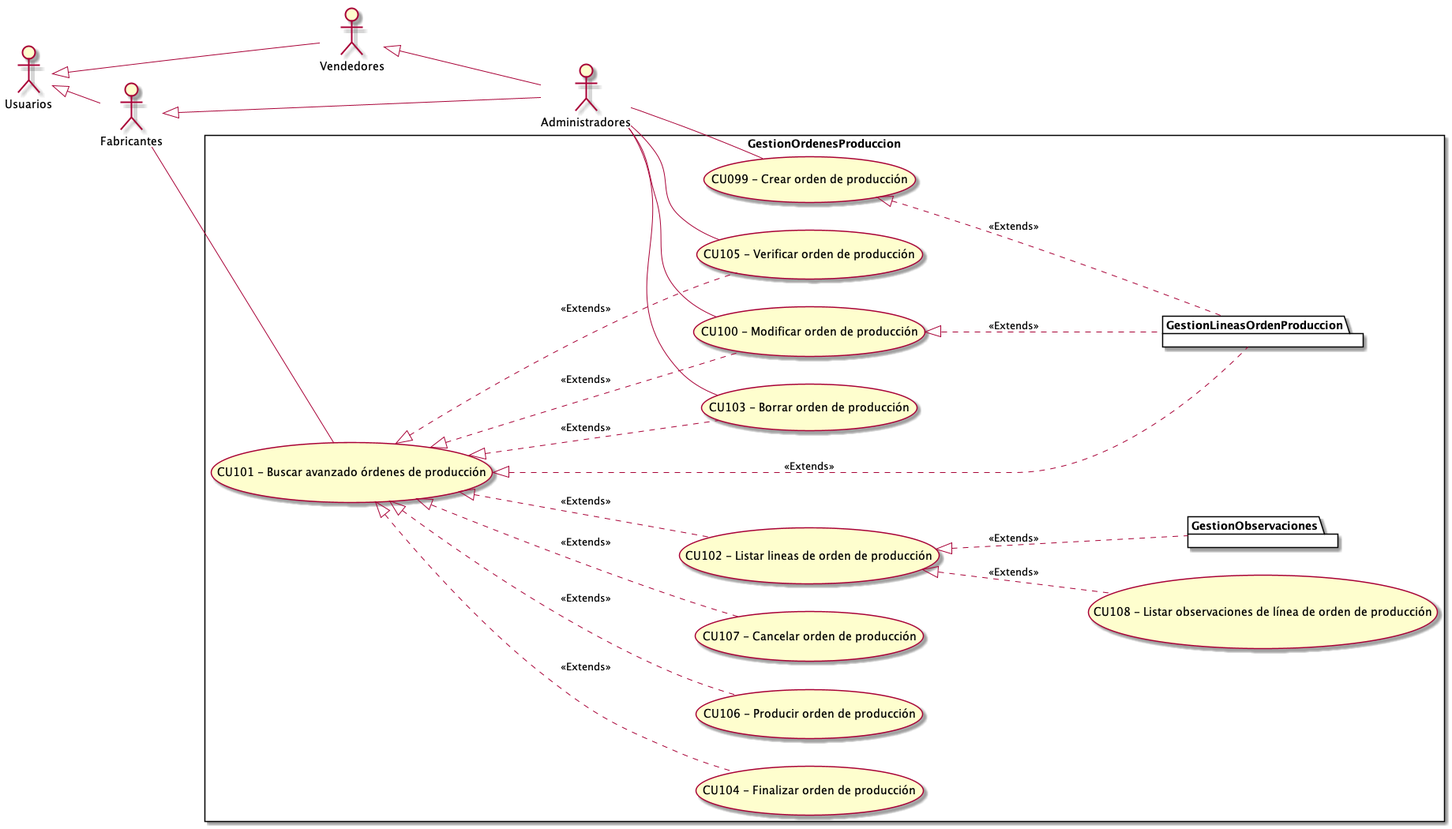
This is Informe Final/Imagenes/ModeladoDeCasosDeUso/DiagramaDeCasosDeUso/GestionOrdenesProduccion.png from ZMGestion/DocumentacionZMGestion, a PlantUML export, as it was before one commit.
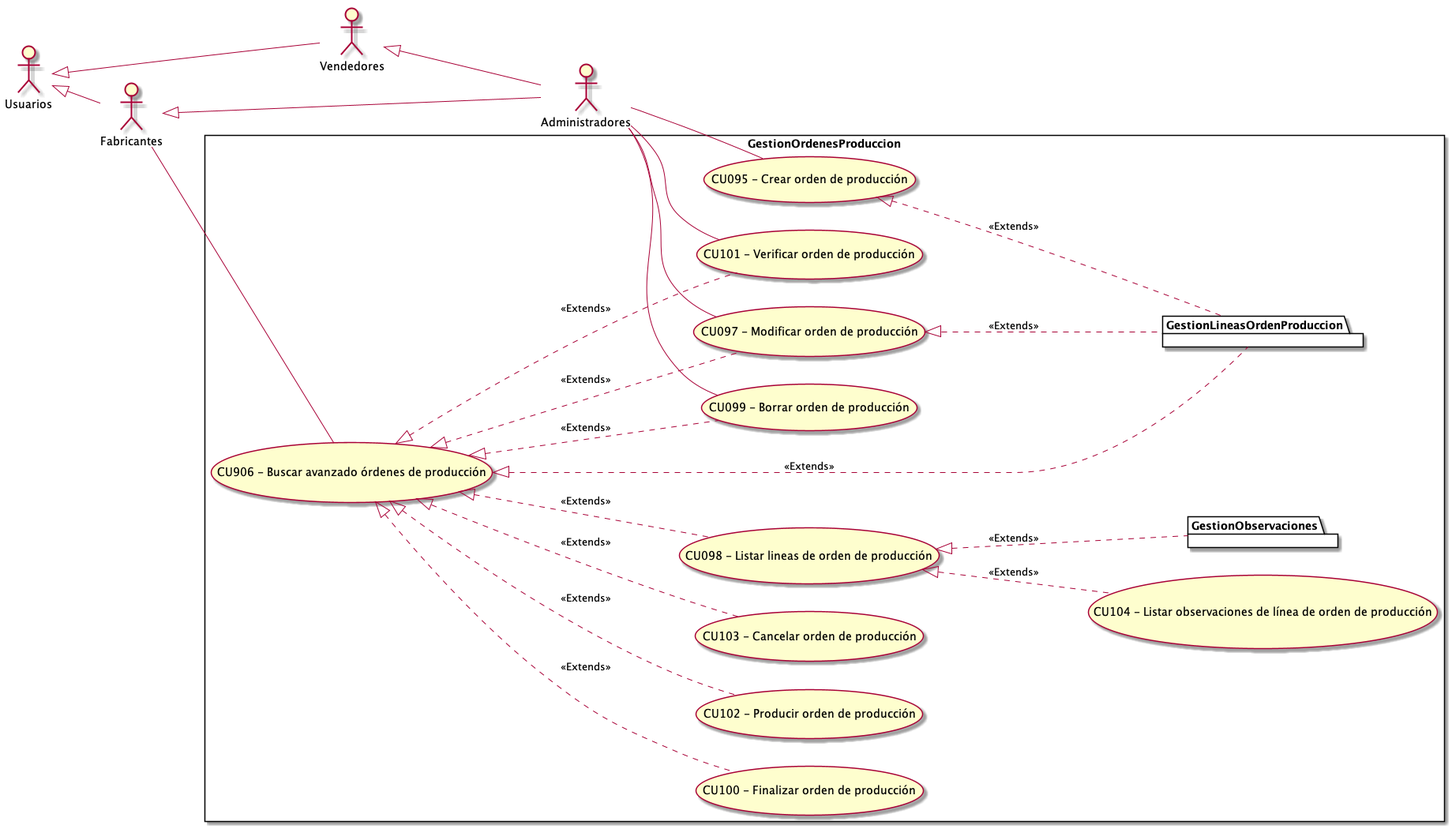
After the commit.

Diff of the diagram source:
```diff
@@ -13,16 +13,16 @@
  left to right direction
 
 rectangle GestionOrdenesProduccion{
-    UseCase "CU099 - Crear orden de producción" as C
-    UseCase "CU101 - Buscar avanzado órdenes de producción " as BA
-    UseCase "CU100 - Modificar orden de producción" as M
-    UseCase "CU102 - Listar lineas de orden de producción" as ListarLineas
-    UseCase "CU103 - Borrar orden de producción" as B
-    UseCase "CU104 - Finalizar orden de producción" as Finalizar
-    UseCase "CU105 - Verificar orden de producción" as Verificar
-    UseCase "CU106 - Producir orden de producción" as Producir
-    UseCase "CU107 - Cancelar orden de producción" as Cancelar
-    UseCase "CU108 - Listar observaciones de línea de orden de producción" as ListarObservaciones
+    UseCase "CU095 - Crear orden de producción" as C
+    UseCase "CU906 - Buscar avanzado órdenes de producción " as BA
+    UseCase "CU097 - Modificar orden de producción" as M
+    UseCase "CU098 - Listar lineas de orden de producción" as ListarLineas
+    UseCase "CU099 - Borrar orden de producción" as B
+    UseCase "CU100 - Finalizar orden de producción" as Finalizar
+    UseCase "CU101 - Verificar orden de producción" as Verificar
+    UseCase "CU102 - Producir orden de producción" as Producir
+    UseCase "CU103 - Cancelar orden de producción" as Cancelar
+    UseCase "CU104 - Listar observaciones de línea de orden de producción" as ListarObservaciones
     package GestionLineasOrdenProduccion{
     }
     package GestionObservaciones{
```
